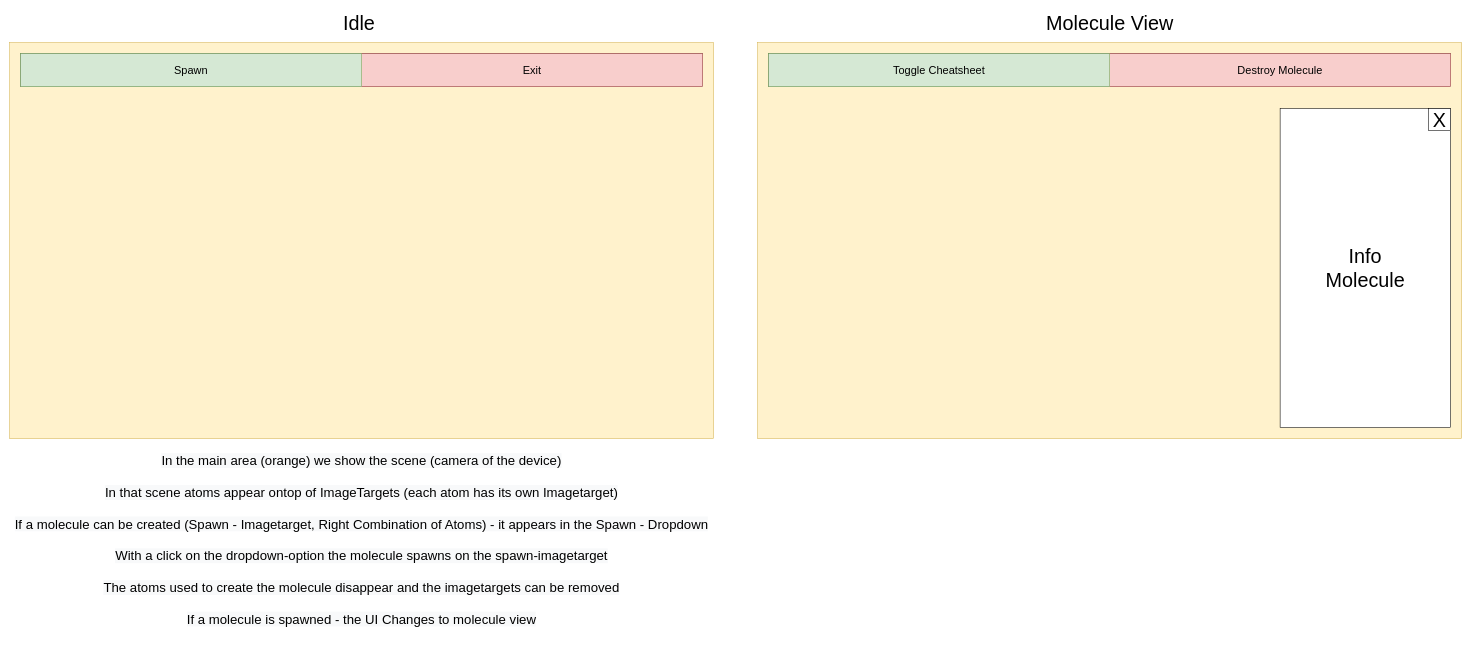
KH241/Krypton keeps this draw.io diagram as page "Molecule" (3 of 4) of Planning/UX.drawio. Above is the earlier version. Source tidied: cells renumbered, new cells numbered last; positions are measured from the earlier drawing's top-left corner, leaving out a move shared by most shapes. Both pictures are drawn from the tidied source at 55%, with x=0, y=0 at pixel (9, 9).
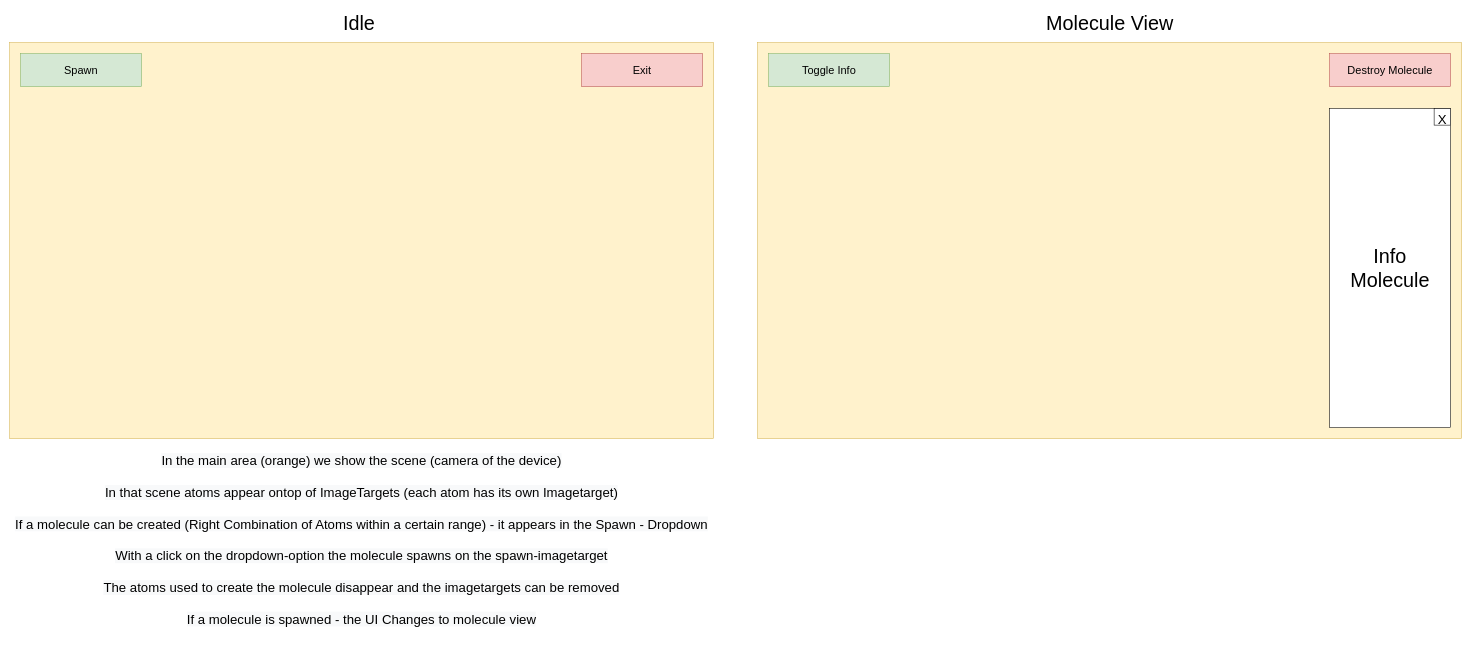
The same page after the edit.

What changed in the source:
```diff
@@
 <mxGraphModel>
   <root>
     <mxCell id="0" />
     <mxCell id="1" parent="0" />
     <mxCell id="2" style="rounded=0;whiteSpace=wrap;html=1;fillColor=#fff2cc;strokeColor=#d6b656;" parent="1" vertex="1">
       <mxGeometry y="60" width="1280" height="720" as="geometry" />
     </mxCell>
-    <mxCell id="3" style="rounded=0;whiteSpace=wrap;html=1;" parent="1" vertex="1">
-      <mxGeometry x="20" y="80" width="1240" height="60" as="geometry" />
-    </mxCell>
     <mxCell id="4" value="Exit" style="rounded=0;whiteSpace=wrap;html=1;fontSize=20;fillColor=#f8cecc;strokeColor=#b85450;" parent="1" vertex="1">
-      <mxGeometry x="640" y="80" width="620" height="60" as="geometry" />
+      <mxGeometry x="1040" y="80" width="220" height="60" as="geometry" />
     </mxCell>
     <mxCell id="5" value="Spawn" style="rounded=0;whiteSpace=wrap;html=1;fontSize=20;fillColor=#d5e8d4;strokeColor=#82b366;" parent="1" vertex="1">
-      <mxGeometry x="20" y="80" width="620" height="60" as="geometry" />
+      <mxGeometry x="20" y="80" width="220" height="60" as="geometry" />
     </mxCell>
     <mxCell id="6" style="rounded=0;whiteSpace=wrap;html=1;fillColor=#fff2cc;strokeColor=#d6b656;" parent="1" vertex="1">
       <mxGeometry x="1360" y="60" width="1280" height="720" as="geometry" />
     </mxCell>
-    <mxCell id="7" style="rounded=0;whiteSpace=wrap;html=1;" parent="1" vertex="1">
-      <mxGeometry x="1380" y="80" width="1240" height="60" as="geometry" />
-    </mxCell>
     <mxCell id="8" value="Destroy Molecule" style="rounded=0;whiteSpace=wrap;html=1;fontSize=20;fillColor=#f8cecc;strokeColor=#b85450;" parent="1" vertex="1">
-      <mxGeometry x="2000" y="80" width="620" height="60" as="geometry" />
+      <mxGeometry x="2400" y="80" width="220" height="60" as="geometry" />
     </mxCell>
     <mxCell id="9" value="Info&lt;br&gt;Molecule" style="rounded=0;whiteSpace=wrap;html=1;fontSize=36;" parent="1" vertex="1">
-      <mxGeometry x="2310" y="180" width="310" height="580" as="geometry" />
+      <mxGeometry x="2400" y="180" width="220" height="580" as="geometry" />
     </mxCell>
-    <mxCell id="10" value="X" style="rounded=0;whiteSpace=wrap;html=1;fontSize=36;" parent="1" vertex="1">
-      <mxGeometry x="2580" y="180" width="40" height="40" as="geometry" />
+    <mxCell id="10" value="&lt;font style=&quot;font-size: 24px&quot;&gt;X&lt;/font&gt;" style="rounded=0;whiteSpace=wrap;html=1;fontSize=36;" parent="1" vertex="1">
+      <mxGeometry x="2590" y="180" width="30" height="30" as="geometry" />
     </mxCell>
-    <mxCell id="11" value="Toggle Cheatsheet" style="rounded=0;whiteSpace=wrap;html=1;fontSize=20;fillColor=#d5e8d4;strokeColor=#82b366;" parent="1" vertex="1">
-      <mxGeometry x="1380" y="80" width="620" height="60" as="geometry" />
+    <mxCell id="11" value="Toggle Info" style="rounded=0;whiteSpace=wrap;html=1;fontSize=20;fillColor=#d5e8d4;strokeColor=#82b366;" parent="1" vertex="1">
+      <mxGeometry x="1380" y="80" width="220" height="60" as="geometry" />
     </mxCell>
     <mxCell id="12" value="Idle" style="text;html=1;align=center;verticalAlign=middle;strokeColor=none;fontSize=36;" parent="1" vertex="1">
       <mxGeometry x="600" width="70" height="50" as="geometry" />
     </mxCell>
-    <mxCell id="13" value="&lt;span style=&quot;color: rgb(0, 0, 0); font-family: helvetica; font-size: 24px; font-style: normal; font-weight: 400; letter-spacing: normal; text-indent: 0px; text-transform: none; word-spacing: 0px; background-color: rgb(248, 249, 250); display: inline; float: none;&quot;&gt;In the main area (orange) we show the scene (camera of the device)&lt;/span&gt;&lt;br style=&quot;color: rgb(0, 0, 0); font-family: helvetica; font-size: 24px; font-style: normal; font-weight: 400; letter-spacing: normal; text-indent: 0px; text-transform: none; word-spacing: 0px; background-color: rgb(248, 249, 250);&quot;&gt;&lt;br style=&quot;color: rgb(0, 0, 0); font-family: helvetica; font-size: 24px; font-style: normal; font-weight: 400; letter-spacing: normal; text-indent: 0px; text-transform: none; word-spacing: 0px; background-color: rgb(248, 249, 250);&quot;&gt;&lt;span style=&quot;color: rgb(0, 0, 0); font-family: helvetica; font-size: 24px; font-style: normal; font-weight: 400; letter-spacing: normal; text-indent: 0px; text-transform: none; word-spacing: 0px; background-color: rgb(248, 249, 250); display: inline; float: none;&quot;&gt;In that scene atoms appear ontop of ImageTargets (each atom has its own Imagetarget)&lt;br style=&quot;font-size: 24px;&quot;&gt;&lt;br style=&quot;font-size: 24px;&quot;&gt;If a molecule can be created (Spawn - Imagetarget, Right Combination of Atoms) - it appears in the Spawn - Dropdown&lt;br style=&quot;font-size: 24px;&quot;&gt;&lt;br style=&quot;font-size: 24px;&quot;&gt;With a click on the dropdown-option the molecule spawns on the spawn-imagetarget&lt;br style=&quot;font-size: 24px;&quot;&gt;&lt;br style=&quot;font-size: 24px;&quot;&gt;The atoms used to create the molecule disappear and the imagetargets can be removed&lt;br style=&quot;font-size: 24px;&quot;&gt;&lt;br style=&quot;font-size: 24px;&quot;&gt;If a molecule is spawned - the UI Changes to molecule view&lt;br style=&quot;font-size: 24px;&quot;&gt;&lt;/span&gt;" style="text;whiteSpace=wrap;html=1;fontSize=24;align=center;verticalAlign=middle;" parent="1" vertex="1">
+    <mxCell id="13" value="&lt;span style=&quot;color: rgb(0 , 0 , 0) ; font-family: &amp;#34;helvetica&amp;#34; ; font-size: 24px ; font-style: normal ; font-weight: 400 ; letter-spacing: normal ; text-indent: 0px ; text-transform: none ; word-spacing: 0px ; background-color: rgb(248 , 249 , 250) ; display: inline ; float: none&quot;&gt;In the main area (orange) we show the scene (camera of the device)&lt;/span&gt;&lt;br style=&quot;color: rgb(0 , 0 , 0) ; font-family: &amp;#34;helvetica&amp;#34; ; font-size: 24px ; font-style: normal ; font-weight: 400 ; letter-spacing: normal ; text-indent: 0px ; text-transform: none ; word-spacing: 0px ; background-color: rgb(248 , 249 , 250)&quot;&gt;&lt;br style=&quot;color: rgb(0 , 0 , 0) ; font-family: &amp;#34;helvetica&amp;#34; ; font-size: 24px ; font-style: normal ; font-weight: 400 ; letter-spacing: normal ; text-indent: 0px ; text-transform: none ; word-spacing: 0px ; background-color: rgb(248 , 249 , 250)&quot;&gt;&lt;span style=&quot;color: rgb(0 , 0 , 0) ; font-family: &amp;#34;helvetica&amp;#34; ; font-size: 24px ; font-style: normal ; font-weight: 400 ; letter-spacing: normal ; text-indent: 0px ; text-transform: none ; word-spacing: 0px ; background-color: rgb(248 , 249 , 250) ; display: inline ; float: none&quot;&gt;In that scene atoms appear ontop of ImageTargets (each atom has its own Imagetarget)&lt;br style=&quot;font-size: 24px&quot;&gt;&lt;br style=&quot;font-size: 24px&quot;&gt;If a molecule can be created (Right Combination of Atoms within a certain range) - it appears in the Spawn - Dropdown&lt;br style=&quot;font-size: 24px&quot;&gt;&lt;br style=&quot;font-size: 24px&quot;&gt;With a click on the dropdown-option the molecule spawns on the spawn-imagetarget&lt;br style=&quot;font-size: 24px&quot;&gt;&lt;br style=&quot;font-size: 24px&quot;&gt;The atoms used to create the molecule disappear and the imagetargets can be removed&lt;br style=&quot;font-size: 24px&quot;&gt;&lt;br style=&quot;font-size: 24px&quot;&gt;If a molecule is spawned - the UI Changes to molecule view&lt;br style=&quot;font-size: 24px&quot;&gt;&lt;/span&gt;" style="text;whiteSpace=wrap;html=1;fontSize=24;align=center;verticalAlign=middle;" parent="1" vertex="1">
       <mxGeometry y="780" width="1280" height="370" as="geometry" />
     </mxCell>
     <mxCell id="14" value="Molecule View" style="text;html=1;align=center;verticalAlign=middle;strokeColor=none;fontSize=36;" parent="1" vertex="1">
       <mxGeometry x="1875" width="250" height="50" as="geometry" />
     </mxCell>
   </root>
 </mxGraphModel>
```
